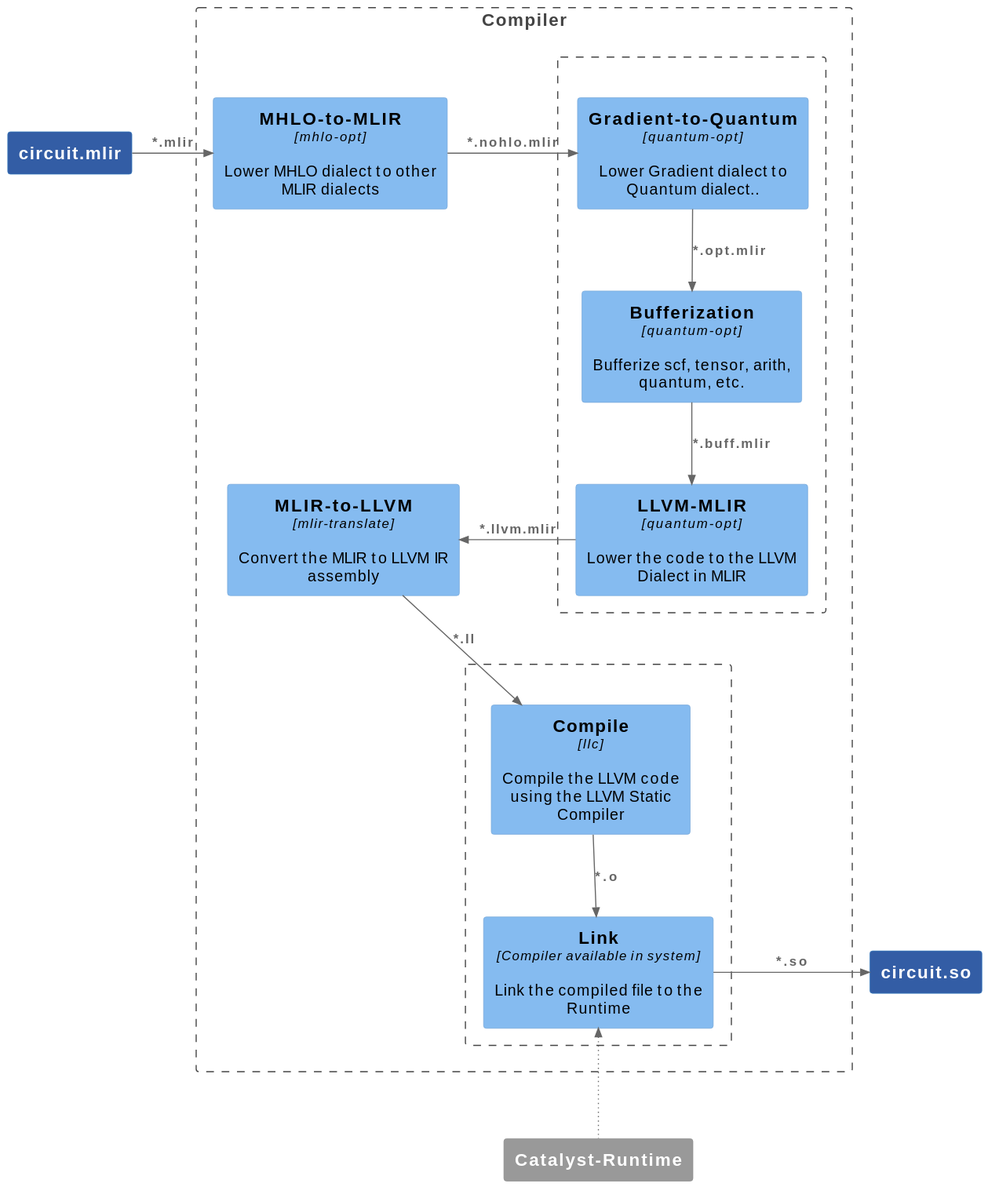
This is doc/_static/arch/compiler.svg from PennyLaneAI/catalyst, a PlantUML export, as it was before one commit.
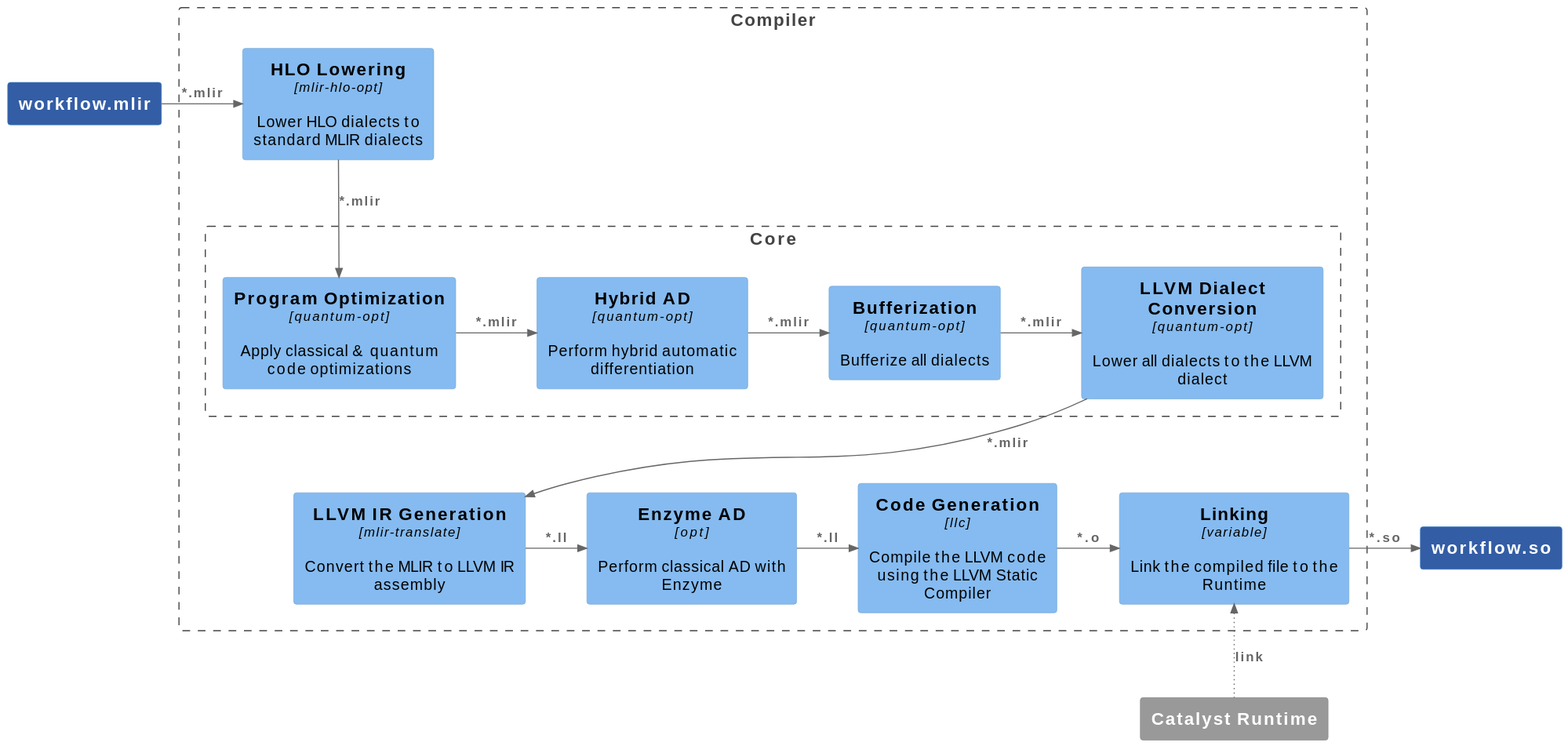
Above is the later version.

The edit, as a diff of the source:
```diff
@@ -5,52 +5,57 @@
 HIDE_STEREOTYPE()
 HIDE_PERSON_SPRITE()
 
-System(_mlir_sys_, "circuit.mlir", $tags="object")
+System(_mlir_sys_, "workflow.mlir", $tags="object")
 
-System(_so_sys_, "circuit.so", $tags="object")
+System(_so_sys_, "workflow.so", $tags="object")
 
 Boundary(c1, "Compiler", $link="https://github.com/plantuml-stdlib/C4-PlantUML") {
 
-  Component(_nohlo_mlir_, "MHLO-to-MLIR", "mhlo-opt", "Lower MHLO dialect to other MLIR dialects")
+  Component(_nohlo_mlir_, "HLO Lowering", "mlir-hlo-opt", "Lower HLO dialects to standard MLIR dialects")
 
-  Boundary(c2, " ", $link="https://github.com/plantuml-stdlib/C4-PlantUML") {
+  Boundary(c2, "Core", $link="https://github.com/plantuml-stdlib/C4-PlantUML") {
 
-    Component(_opt_mlir_, "Gradient-to-Quantum", "quantum-opt", "Lower Gradient dialect to Quantum dialect..")
+    Component(_opt_mlir_, "Program Optimization", "quantum-opt", "Apply classical & quantum code optimizations")
 
-    Component(_buff_mlir_, "Bufferization", "quantum-opt", "Bufferize scf, tensor, arith, quantum, etc.")
+    Component(_grad_mlir_, "Hybrid AD", "quantum-opt", "Perform hybrid automatic differentiation")
 
-    Component(_llvm_mlir_, "LLVM-MLIR", "quantum-opt", "Lower the code to the LLVM Dialect in MLIR")
+    Component(_buff_mlir_, "Bufferization", "quantum-opt", "Bufferize all dialects")
+
+    Component(_llvm_mlir_, "LLVM Dialect Conversion", "quantum-opt", "Lower all dialects to the LLVM dialect")
   }
 
-  Component(_ll_, "MLIR-to-LLVM", "mlir-translate", "Convert the MLIR to LLVM IR assembly")
+  Component(_ll_, "LLVM IR Generation", "mlir-translate", "Convert the MLIR to LLVM IR assembly")
 
+  Component(_grad_ll_, "Enzyme AD", "opt", "Perform classical AD with Enzyme")
 
-  Boundary(c3, " ", $link="https://github.com/plantuml-stdlib/C4-PlantUML") {
+  Component(_o_, "Code Generation", "llc", "Compile the LLVM code using the LLVM Static Compiler")
 
-    Component(_o_, "Compile", "llc", "Compile the LLVM code using the LLVM Static Compiler")
+  Component(_so_, "Linking", "variable", "Link the compiled file to the Runtime")
 
-    Component(_so_, "Link", "Compiler available in system", "Link the compiled file to the Runtime")
-  }
 }
 
-System_Ext(_catalyst_runtime_, "Catalyst-Runtime")
+System_Ext(_catalyst_runtime_, "Catalyst Runtime")
 
 
 Rel_R(_mlir_sys_, _nohlo_mlir_, "*.mlir", "")
 
-Rel_R(_nohlo_mlir_, _opt_mlir_, "*.nohlo.mlir", "")
+Rel_D(_nohlo_mlir_, _opt_mlir_, "*.mlir", "")
 
-Rel_D(_opt_mlir_, _buff_mlir_, "*.opt.mlir", "")
+Rel_R(_opt_mlir_, _grad_mlir_, "*.mlir", "")
 
-Rel_D(_buff_mlir_, _llvm_mlir_, "*.buff.mlir", "")
+Rel_R(_grad_mlir_, _buff_mlir_, "*.mlir", "")
 
-Rel_L(_llvm_mlir_, _ll_, "*.llvm.mlir", "")
+Rel_R(_buff_mlir_, _llvm_mlir_, "*.mlir", "")
 
-Rel(_ll_, _o_, "*.ll", "")
+Rel(_llvm_mlir_, _ll_, "*.mlir", "")
 
-Rel(_o_, _so_, "*.o", "")
+Rel_R(_ll_, _grad_ll_, "*.ll", "")
+
+Rel_R(_grad_ll_, _o_, "*.ll", "")
+
+Rel_R(_o_, _so_, "*.o", "")
 
 Rel_R(_so_, _so_sys_, "*.so", "")
 
-Rel_U(_catalyst_runtime_, _so_, " ", "", $tags="action")
+Rel_U(_catalyst_runtime_, _so_, "link", "", $tags="action")
 @enduml
```
